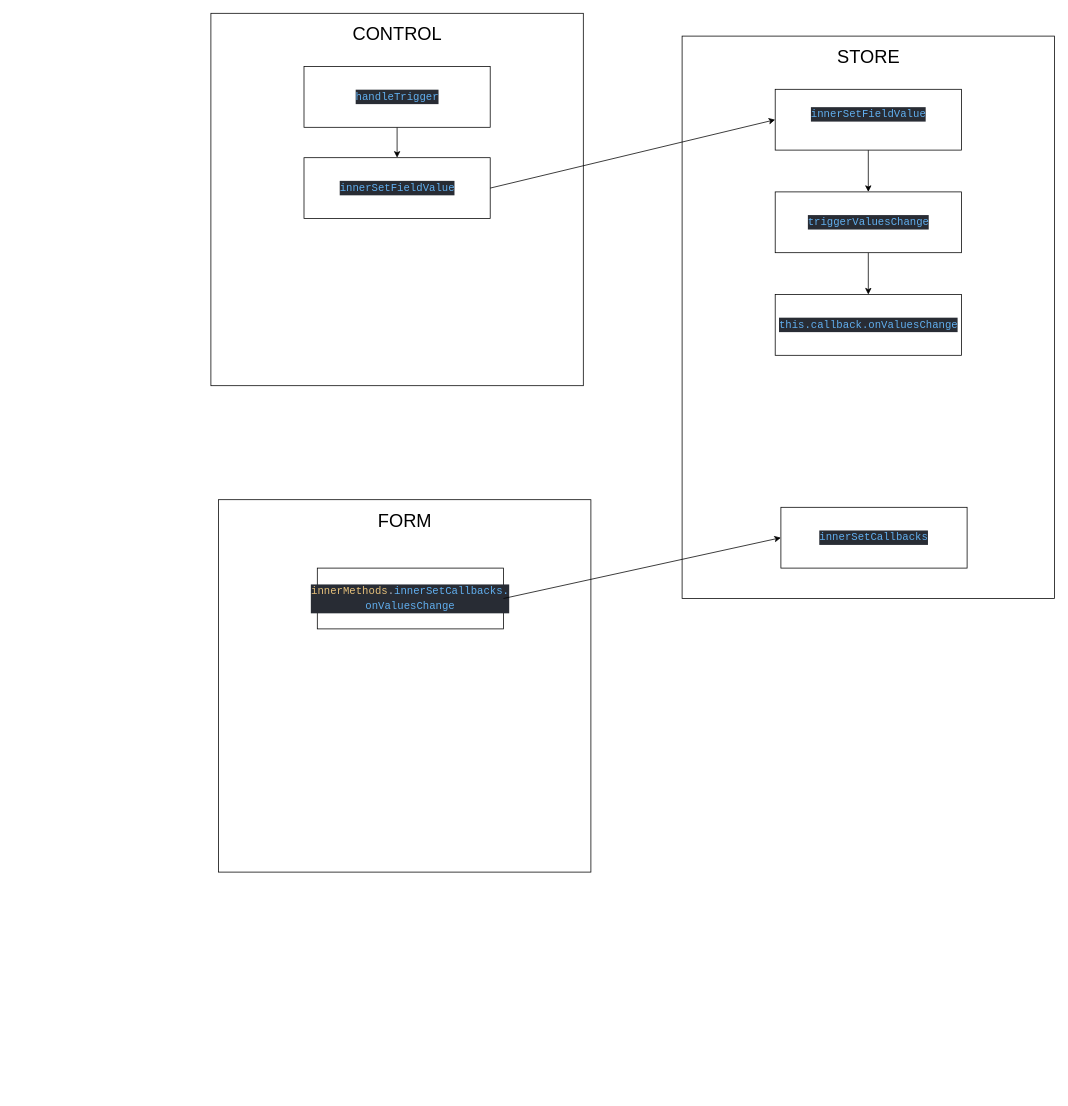
chrislol98/dildo-design keeps this draw.io diagram as page "onValuesChange" (1 of 2) of stories/form.drawio. Above is the earlier version. Source tidied: cells renumbered, new cells numbered last; positions are measured from the earlier drawing's top-left corner, leaving out a move shared by most shapes. Both pictures are drawn from the tidied source at 76%, with x=0, y=0 at pixel (211, 13).
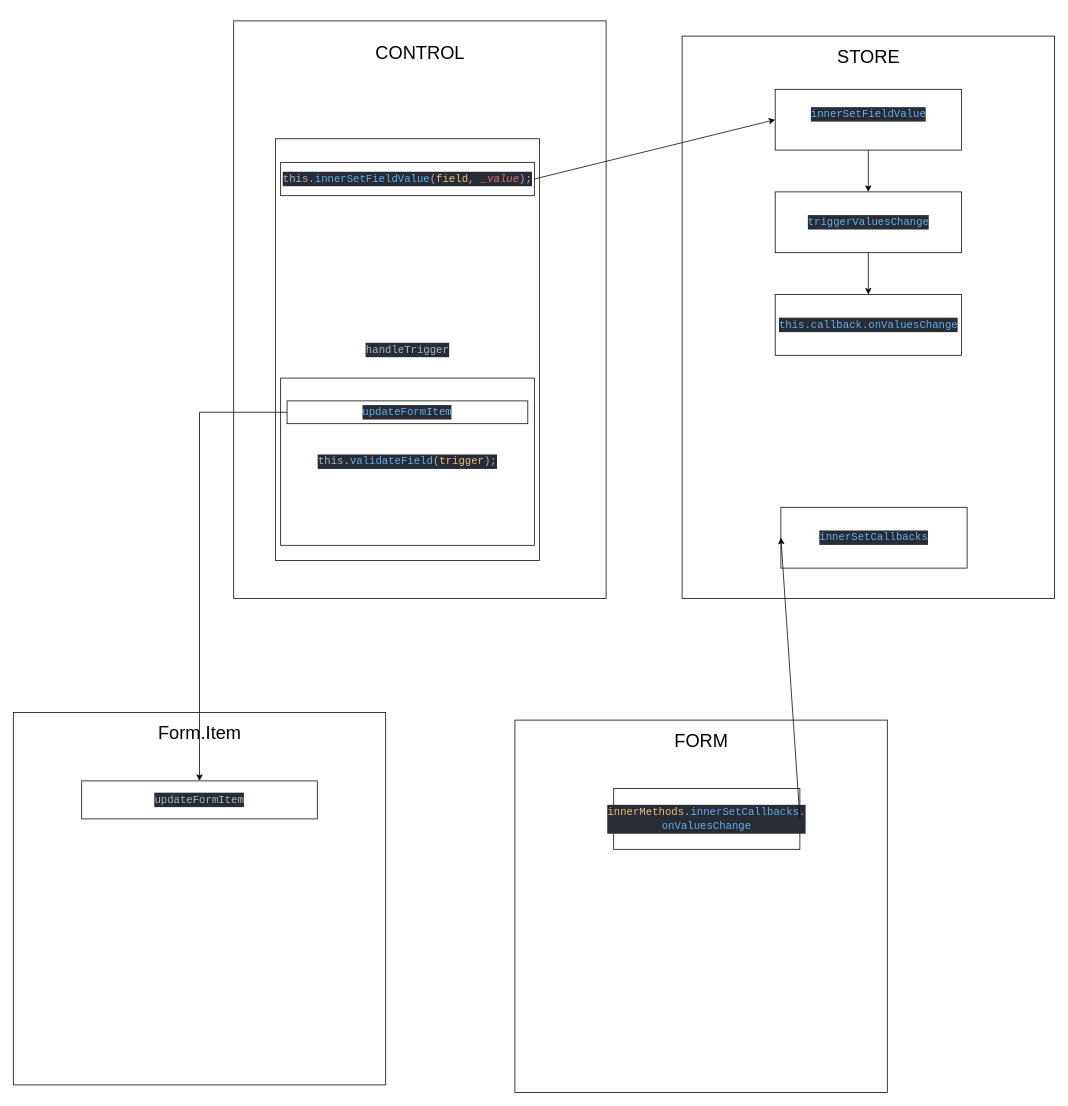
Above is the later version.

Diff of the diagram source:
```diff
@@
     <mxCell id="2" style="group;" parent="1" vertex="1">
-      <mxGeometry x="10" y="640" width="490" height="490" as="geometry" />
+      <mxGeometry x="400" y="930" width="490" height="490" as="geometry" />
     </mxCell>
@@
     <mxCell id="6" style="group;" parent="1" vertex="1">
-      <mxGeometry width="490" height="490" as="geometry" />
+      <mxGeometry x="30" y="10" width="490" height="760" as="geometry" />
     </mxCell>
     <mxCell id="7" style="rounded=0;whiteSpace=wrap;html=1;strokeColor=default;fontFamily=Helvetica;fontSize=12;fontColor=default;fillColor=default;" parent="6" vertex="1">
-      <mxGeometry width="490" height="490" as="geometry" />
+      <mxGeometry width="490" height="760" as="geometry" />
     </mxCell>
-    <mxCell id="8" style="edgeStyle=none;html=1;exitX=0.5;exitY=1;exitDx=0;exitDy=0;entryX=0.5;entryY=0;entryDx=0;entryDy=0;fontFamily=Helvetica;fontSize=24;fontColor=default;" parent="6" edge="1" source="9" target="12">
-      <mxGeometry relative="1" as="geometry" />
-    </mxCell>
+    <mxCell id="10" value="&lt;span style=&quot;font-size: 24px;&quot;&gt;CONTROL&lt;br&gt;&lt;/span&gt;" style="text;html=1;strokeColor=none;fillColor=none;align=center;verticalAlign=middle;whiteSpace=wrap;rounded=0;fontFamily=Helvetica;fontSize=12;fontColor=default;" parent="6" vertex="1">
+      <mxGeometry x="183.8" y="24.4" width="122.5" height="36.6" as="geometry" />
+    </mxCell>
-    <mxCell id="9" value="&lt;div style=&quot;color: rgb(171, 178, 191); background-color: rgb(40, 44, 52); font-family: Consolas, &amp;quot;Courier New&amp;quot;, monospace; font-size: 14px; line-height: 19px;&quot;&gt;&lt;div style=&quot;line-height: 19px;&quot;&gt;&lt;br&gt;&lt;/div&gt;&lt;/div&gt;" style="rounded=0;whiteSpace=wrap;html=1;strokeColor=default;fontFamily=Helvetica;fontSize=12;fontColor=default;fillColor=default;" parent="6" vertex="1">
-      <mxGeometry x="122.5" y="70" width="245" height="80" as="geometry" />
+    <mxCell id="9" value="&lt;div style=&quot;color: rgb(171, 178, 191); background-color: rgb(40, 44, 52); font-family: Consolas, &amp;quot;Courier New&amp;quot;, monospace; font-size: 14px; line-height: 19px;&quot;&gt;&lt;div style=&quot;line-height: 19px;&quot;&gt;&lt;div style=&quot;line-height: 19px;&quot;&gt;handleTrigger&lt;/div&gt;&lt;/div&gt;&lt;/div&gt;" style="rounded=0;whiteSpace=wrap;html=1;strokeColor=default;fontFamily=Helvetica;fontSize=12;fontColor=default;fillColor=default;" parent="6" vertex="1">
+      <mxGeometry x="54.9" y="155.1" width="347.5" height="554.9" as="geometry" />
     </mxCell>
-    <mxCell id="10" value="&lt;span style=&quot;font-size: 24px;&quot;&gt;CONTROL&lt;br&gt;&lt;/span&gt;" style="text;html=1;strokeColor=none;fillColor=none;align=center;verticalAlign=middle;whiteSpace=wrap;rounded=0;fontFamily=Helvetica;fontSize=12;fontColor=default;" parent="6" vertex="1">
-      <mxGeometry x="183.8" y="15.7" width="122.5" height="23.6" as="geometry" />
-    </mxCell>
-    <mxCell id="11" value="&lt;div style=&quot;color: rgb(171, 178, 191); background-color: rgb(40, 44, 52); font-family: Consolas, &amp;quot;Courier New&amp;quot;, monospace; font-size: 14px; line-height: 19px;&quot;&gt;&lt;span style=&quot;color: #61afef;&quot;&gt;handleTrigger&lt;/span&gt;&lt;/div&gt;" style="text;html=1;strokeColor=none;fillColor=none;align=center;verticalAlign=middle;whiteSpace=wrap;rounded=0;fontFamily=Helvetica;fontSize=12;fontColor=default;" parent="6" vertex="1">
-      <mxGeometry x="183.8" y="100" width="122.5" height="20" as="geometry" />
-    </mxCell>
-    <mxCell id="12" value="&lt;div style=&quot;color: rgb(171, 178, 191); background-color: rgb(40, 44, 52); font-family: Consolas, &amp;quot;Courier New&amp;quot;, monospace; font-size: 14px; line-height: 19px;&quot;&gt;&lt;div style=&quot;line-height: 19px;&quot;&gt;&lt;div style=&quot;line-height: 19px;&quot;&gt;&lt;span style=&quot;color: #61afef;&quot;&gt;innerSetFieldValue&lt;/span&gt;&lt;/div&gt;&lt;/div&gt;&lt;/div&gt;" style="rounded=0;whiteSpace=wrap;html=1;strokeColor=default;fontFamily=Helvetica;fontSize=12;fontColor=default;fillColor=default;" parent="6" vertex="1">
-      <mxGeometry x="122.5" y="190" width="245" height="80" as="geometry" />
+    <mxCell id="12" value="&lt;div style=&quot;color: rgb(171, 178, 191); background-color: rgb(40, 44, 52); font-family: Consolas, &amp;quot;Courier New&amp;quot;, monospace; font-size: 14px; line-height: 19px;&quot;&gt;&lt;div style=&quot;line-height: 19px;&quot;&gt;&lt;div style=&quot;line-height: 19px;&quot;&gt;&lt;div style=&quot;line-height: 19px;&quot;&gt;this.&lt;span style=&quot;color: #61afef;&quot;&gt;innerSetFieldValue&lt;/span&gt;(&lt;span style=&quot;color: #e5c07b;&quot;&gt;field&lt;/span&gt;, &lt;span style=&quot;color: #e06c75;font-style: italic;&quot;&gt;_value&lt;/span&gt;);&lt;/div&gt;&lt;/div&gt;&lt;/div&gt;&lt;/div&gt;" style="rounded=0;whiteSpace=wrap;html=1;strokeColor=default;fontFamily=Helvetica;fontSize=12;fontColor=default;fillColor=default;" parent="6" vertex="1">
+      <mxGeometry x="61.8" y="186.1" width="333.8" height="43.9" as="geometry" />
     </mxCell>
+    <mxCell id="25" value="&lt;div style=&quot;color: rgb(171, 178, 191); background-color: rgb(40, 44, 52); font-family: Consolas, &amp;quot;Courier New&amp;quot;, monospace; font-size: 14px; line-height: 19px;&quot;&gt;&lt;div style=&quot;line-height: 19px;&quot;&gt;&lt;div style=&quot;line-height: 19px;&quot;&gt;&lt;div style=&quot;line-height: 19px;&quot;&gt;&lt;div style=&quot;line-height: 19px;&quot;&gt;this.&lt;span style=&quot;color: #61afef;&quot;&gt;validateField&lt;/span&gt;(&lt;span style=&quot;color: #e5c07b;&quot;&gt;trigger&lt;/span&gt;);&lt;/div&gt;&lt;/div&gt;&lt;/div&gt;&lt;/div&gt;&lt;/div&gt;" style="rounded=0;whiteSpace=wrap;html=1;strokeColor=default;fontFamily=Helvetica;fontSize=12;fontColor=default;fillColor=default;" parent="6" vertex="1">
+      <mxGeometry x="61.8" y="470" width="333.8" height="220" as="geometry" />
+    </mxCell>
+    <mxCell id="26" value="&lt;div style=&quot;background-color: rgb(40, 44, 52); font-family: Consolas, &amp;quot;Courier New&amp;quot;, monospace; font-size: 14px; line-height: 19px;&quot;&gt;&lt;div style=&quot;line-height: 19px;&quot;&gt;&lt;div style=&quot;line-height: 19px;&quot;&gt;&lt;div style=&quot;line-height: 19px;&quot;&gt;&lt;div style=&quot;font-family: Menlo, Monaco, &amp;quot;Courier New&amp;quot;, monospace; font-size: 12px; line-height: 18px;&quot;&gt;&lt;div style=&quot;&quot;&gt;&lt;div style=&quot;color: rgb(171, 178, 191); font-family: Consolas, &amp;quot;Courier New&amp;quot;, monospace; font-size: 14px; line-height: 19px;&quot;&gt;&lt;div style=&quot;line-height: 19px;&quot;&gt;&lt;div style=&quot;line-height: 19px;&quot;&gt;&lt;span style=&quot;color: #61afef;&quot;&gt;updateFormItem&lt;/span&gt;&lt;/div&gt;&lt;/div&gt;&lt;/div&gt;&lt;/div&gt;&lt;/div&gt;&lt;/div&gt;&lt;/div&gt;&lt;/div&gt;&lt;/div&gt;" style="rounded=0;whiteSpace=wrap;html=1;strokeColor=default;fontFamily=Helvetica;fontSize=12;fontColor=default;fillColor=default;" parent="6" vertex="1">
+      <mxGeometry x="70.2" y="500" width="316.8" height="30" as="geometry" />
+    </mxCell>
@@
+    <mxCell id="27" style="group;" parent="1" vertex="1">
+      <mxGeometry x="-260" y="920" width="490" height="490" as="geometry" />
+    </mxCell>
+    <mxCell id="28" style="rounded=0;whiteSpace=wrap;html=1;strokeColor=default;fontFamily=Helvetica;fontSize=12;fontColor=default;fillColor=default;" parent="27" vertex="1">
+      <mxGeometry width="490" height="490" as="geometry" />
+    </mxCell>
+    <mxCell id="29" value="&lt;span style=&quot;font-size: 24px;&quot;&gt;Form.Item&lt;br&gt;&lt;/span&gt;" style="text;html=1;strokeColor=none;fillColor=none;align=center;verticalAlign=middle;whiteSpace=wrap;rounded=0;fontFamily=Helvetica;fontSize=12;fontColor=default;" parent="27" vertex="1">
+      <mxGeometry x="183.8" y="15.7" width="122.5" height="23.6" as="geometry" />
+    </mxCell>
+    <mxCell id="30" value="&lt;div style=&quot;color: rgb(171, 178, 191); background-color: rgb(40, 44, 52); font-family: Consolas, &amp;quot;Courier New&amp;quot;, monospace; font-size: 14px; line-height: 19px;&quot;&gt;&lt;div style=&quot;line-height: 19px;&quot;&gt;&lt;div style=&quot;line-height: 19px;&quot;&gt;&lt;div style=&quot;line-height: 19px;&quot;&gt;updateFormItem&lt;br&gt;&lt;/div&gt;&lt;/div&gt;&lt;/div&gt;&lt;/div&gt;" style="rounded=0;whiteSpace=wrap;html=1;strokeColor=default;fontFamily=Helvetica;fontSize=12;fontColor=default;fillColor=default;" parent="27" vertex="1">
+      <mxGeometry x="90" y="90" width="310" height="50" as="geometry" />
+    </mxCell>
+    <mxCell id="31" style="edgeStyle=orthogonalEdgeStyle;rounded=0;jettySize=auto;html=1;exitX=0;exitY=0.5;exitDx=0;exitDy=0;" parent="1" edge="1" source="26" target="30">
+      <mxGeometry relative="1" as="geometry" />
+    </mxCell>
```
